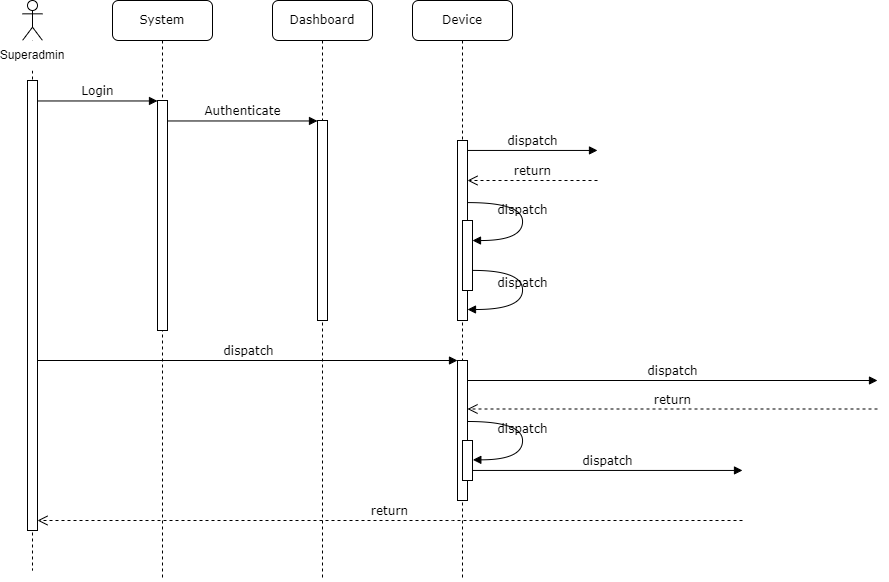
Earlier version of the draw.io export Sequence Diagram_Superadmin.drawio.png (kaisunoo/Acads). Source tidied: cells renumbered, new cells last; positions are measured from the earlier drawing's top-left corner, leaving out a move shared by most shapes.
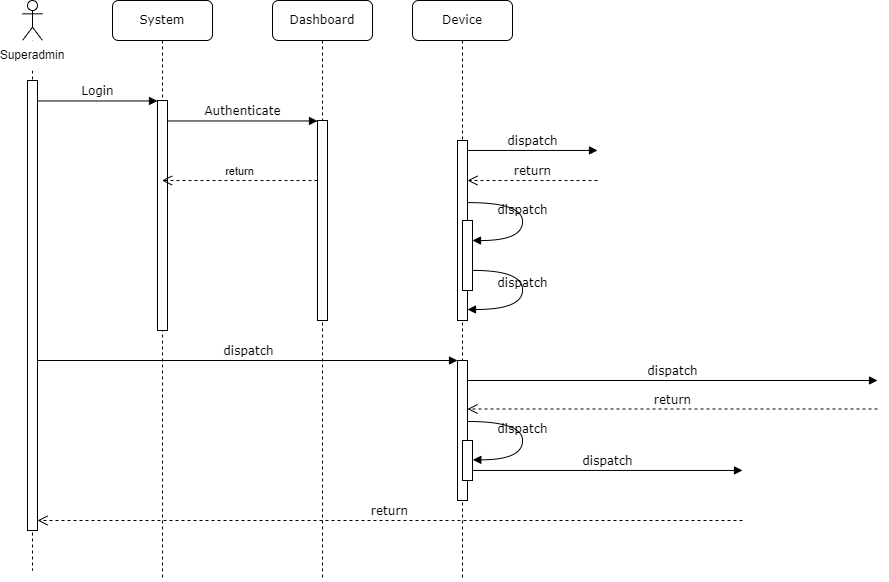
After the change.

The edit, as a diff of the source:
```diff
@@ -111,5 +111,10 @@
     <mxCell id="25" value="Superadmin" style="text;strokeColor=none;align=center;fillColor=#FFFFFF;html=1;verticalAlign=middle;whiteSpace=wrap;rounded=0;" parent="1" vertex="1">
       <mxGeometry y="40" width="60" height="30" as="geometry" />
     </mxCell>
+    <mxCell id="26" value="return" style="html=1;verticalAlign=bottom;endArrow=open;dashed=1;endSize=8;curved=0;rounded=0;" parent="1" edge="1" target="2">
+      <mxGeometry relative="1" as="geometry">
+        <mxPoint x="315" y="180" as="sourcePoint" />
+      </mxGeometry>
+    </mxCell>
   </root>
 </mxGraphModel>
```
